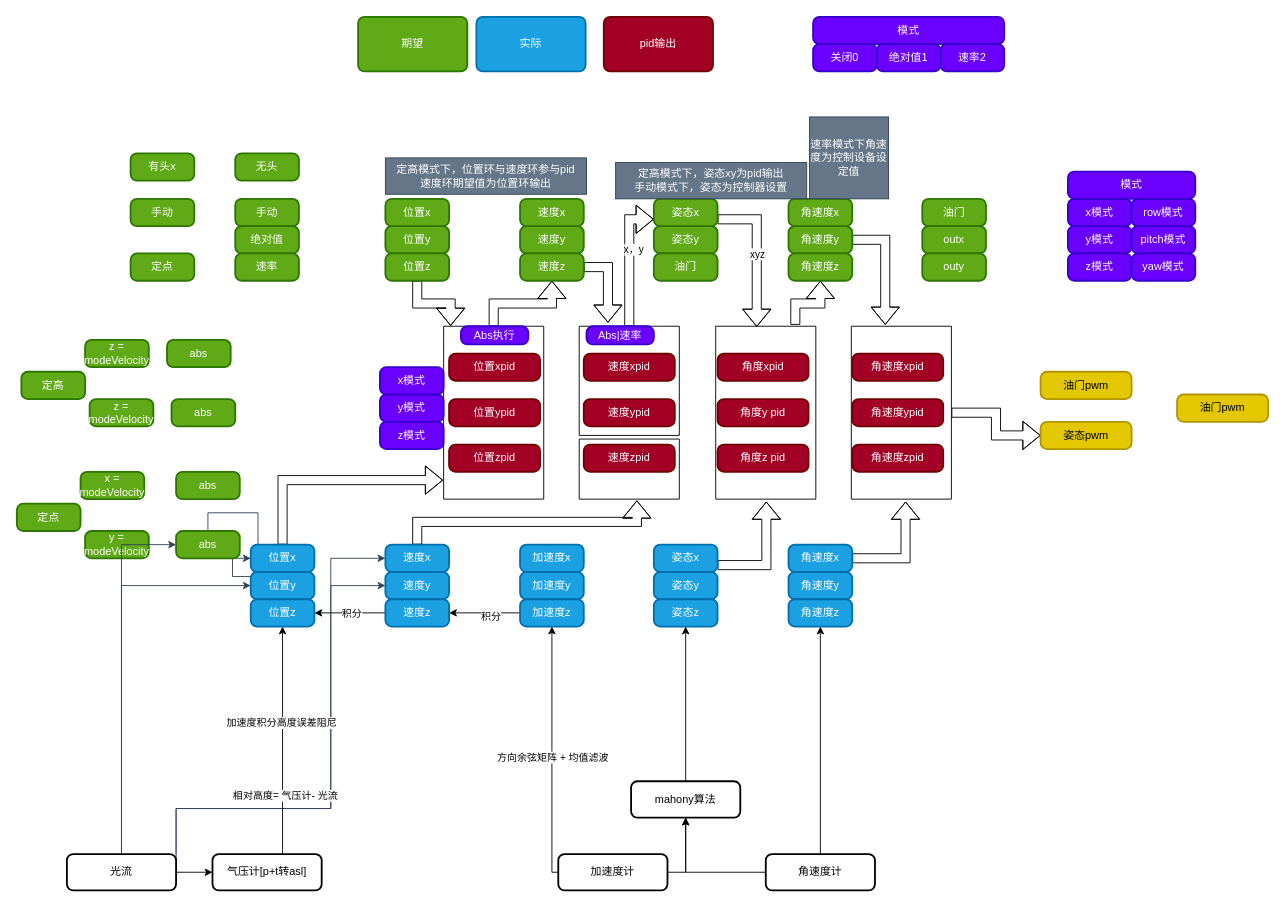
renxinlin/- keeps this draw.io diagram as fly.drawio. Above is the earlier version. Source tidied: cells renumbered, new cells numbered last; positions are measured from the earlier drawing's top-left corner, leaving out a move shared by most shapes. Both pictures are drawn from the tidied source at 91%, with x=0, y=0 at pixel (16, 16).
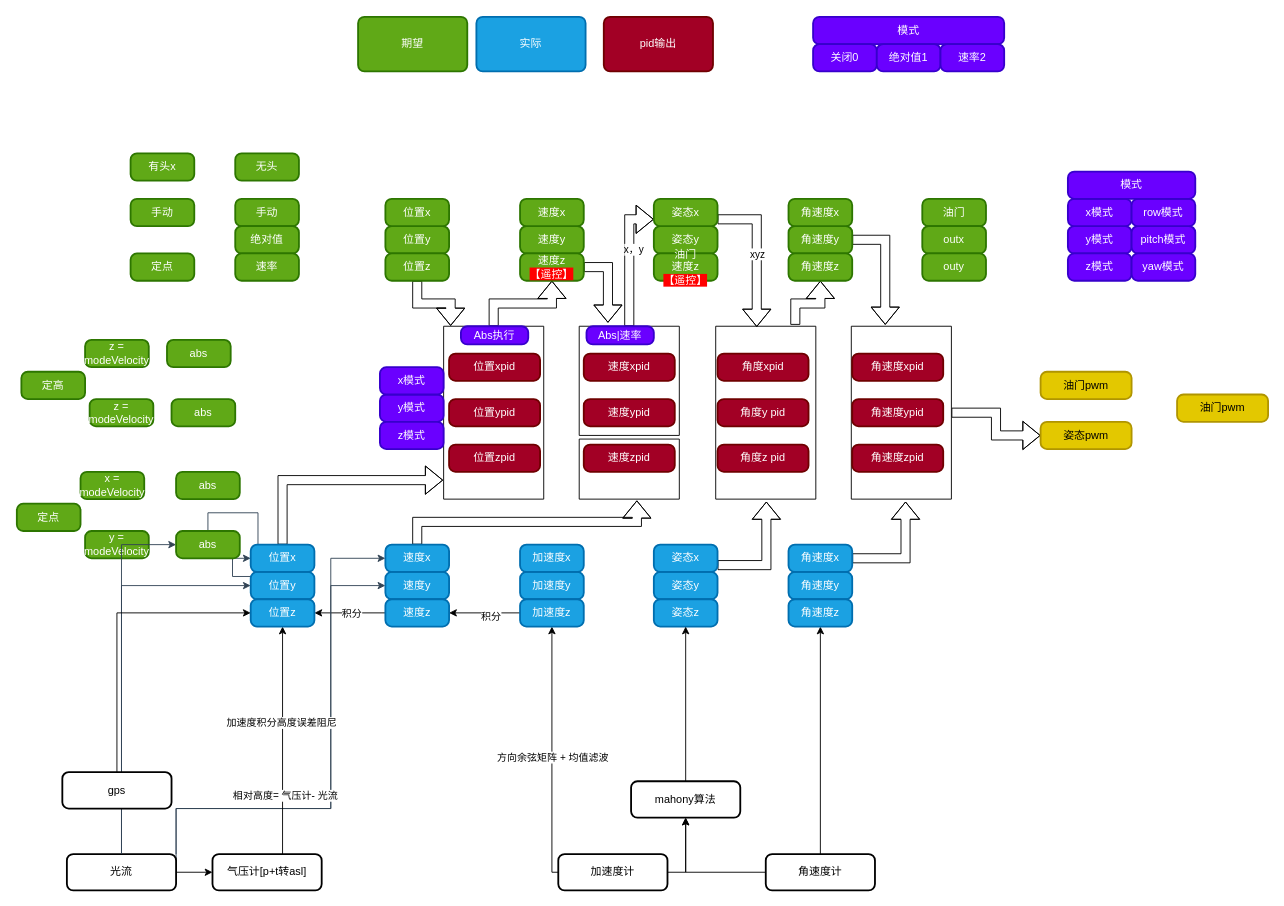
The same page after the edit.

The change refers to these unchanged cells:
```xml
<mxCell id="78" value="位置z" style="rounded=1;whiteSpace=wrap;html=1;absoluteArcSize=1;arcSize=14;strokeWidth=2;fillColor=#1ba1e2;fontColor=#ffffff;strokeColor=#006EAF;" parent="1" vertex="1">
  <mxGeometry x="257" y="640" width="70" height="30" as="geometry" />
</mxCell>
```

Change to the diagram source:
```diff
@@
-    <mxCell id="25" value="速度z" style="rounded=1;whiteSpace=wrap;html=1;absoluteArcSize=1;arcSize=14;strokeWidth=2;fillColor=#60a917;fontColor=#ffffff;strokeColor=#2D7600;" parent="1" vertex="1">
+    <mxCell id="25" value="速度z&lt;br&gt;&lt;span style=&quot;background-color: rgb(255, 0, 0);&quot;&gt;【遥控】&lt;/span&gt;" style="rounded=1;whiteSpace=wrap;html=1;absoluteArcSize=1;arcSize=14;strokeWidth=2;fillColor=#60a917;fontColor=#ffffff;strokeColor=#2D7600;" parent="1" vertex="1">
       <mxGeometry x="553" y="260" width="70" height="30" as="geometry" />
     </mxCell>
@@
-    <mxCell id="31" value="油门" style="rounded=1;whiteSpace=wrap;html=1;absoluteArcSize=1;arcSize=14;strokeWidth=2;fillColor=#60a917;fontColor=#ffffff;strokeColor=#2D7600;" parent="1" vertex="1">
+    <mxCell id="31" value="油门&lt;br&gt;速度z&lt;br&gt;&lt;span style=&quot;background-color: rgb(255, 0, 0);&quot;&gt;【遥控】&lt;/span&gt;" style="rounded=1;whiteSpace=wrap;html=1;absoluteArcSize=1;arcSize=14;strokeWidth=2;fillColor=#60a917;fontColor=#ffffff;strokeColor=#2D7600;" parent="1" vertex="1">
       <mxGeometry x="700" y="260" width="70" height="30" as="geometry" />
     </mxCell>
@@
-    <mxCell id="109" value="定高模式下，位置环与速度环参与pid&lt;br&gt;速度环期望值为位置环输出" style="rounded=0;whiteSpace=wrap;html=1;fillColor=#647687;fontColor=#ffffff;strokeColor=#314354;" parent="1" vertex="1">
-      <mxGeometry x="405" y="155" width="221" height="40" as="geometry" />
-    </mxCell>
@@
-    <mxCell id="111" value="定高模式下，姿态xy为pid输出&lt;br&gt;手动模式下，姿态为控制器设置" style="rounded=0;whiteSpace=wrap;html=1;fillColor=#647687;fontColor=#ffffff;strokeColor=#314354;" parent="1" vertex="1">
-      <mxGeometry x="658" y="160" width="210" height="40" as="geometry" />
-    </mxCell>
@@
-    <mxCell id="113" value="速率模式下角速度为控制设备设定值" style="rounded=0;whiteSpace=wrap;html=1;fillColor=#647687;fontColor=#ffffff;strokeColor=#314354;" parent="1" vertex="1">
-      <mxGeometry x="871" y="110" width="87" height="90" as="geometry" />
-    </mxCell>
@@
+    <mxCell id="129" style="edgeStyle=orthogonalEdgeStyle;rounded=0;jettySize=auto;html=1;exitX=0.5;exitY=0;exitDx=0;exitDy=0;entryX=0;entryY=0.5;entryDx=0;entryDy=0;" parent="1" edge="1" source="130" target="78">
+      <mxGeometry relative="1" as="geometry" />
+    </mxCell>
+    <mxCell id="130" value="gps" style="rounded=1;whiteSpace=wrap;html=1;absoluteArcSize=1;arcSize=14;strokeWidth=2;" parent="1" vertex="1">
+      <mxGeometry x="50" y="830" width="120" height="40" as="geometry" />
+    </mxCell>
```
